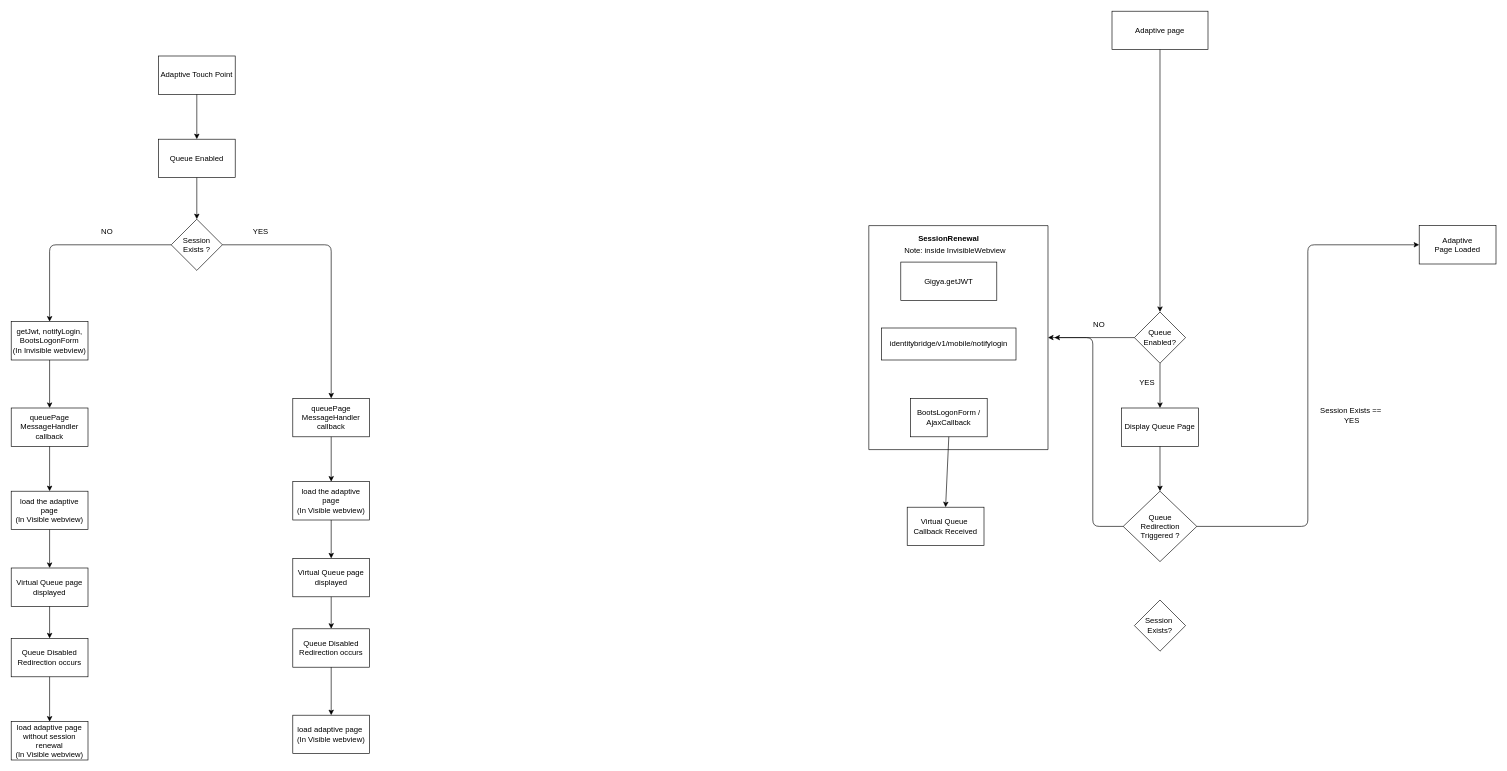
Before: Boots_VirtualQueueFlow_OH.drawio in saru2020/saru, a draw.io diagram. Source tidied: cells renumbered, new cells numbered last; positions are measured from the earlier drawing's top-left corner, leaving out a move shared by most shapes. Both pictures are drawn from the tidied source at 64%, with x=0, y=0 at pixel (11, 11).
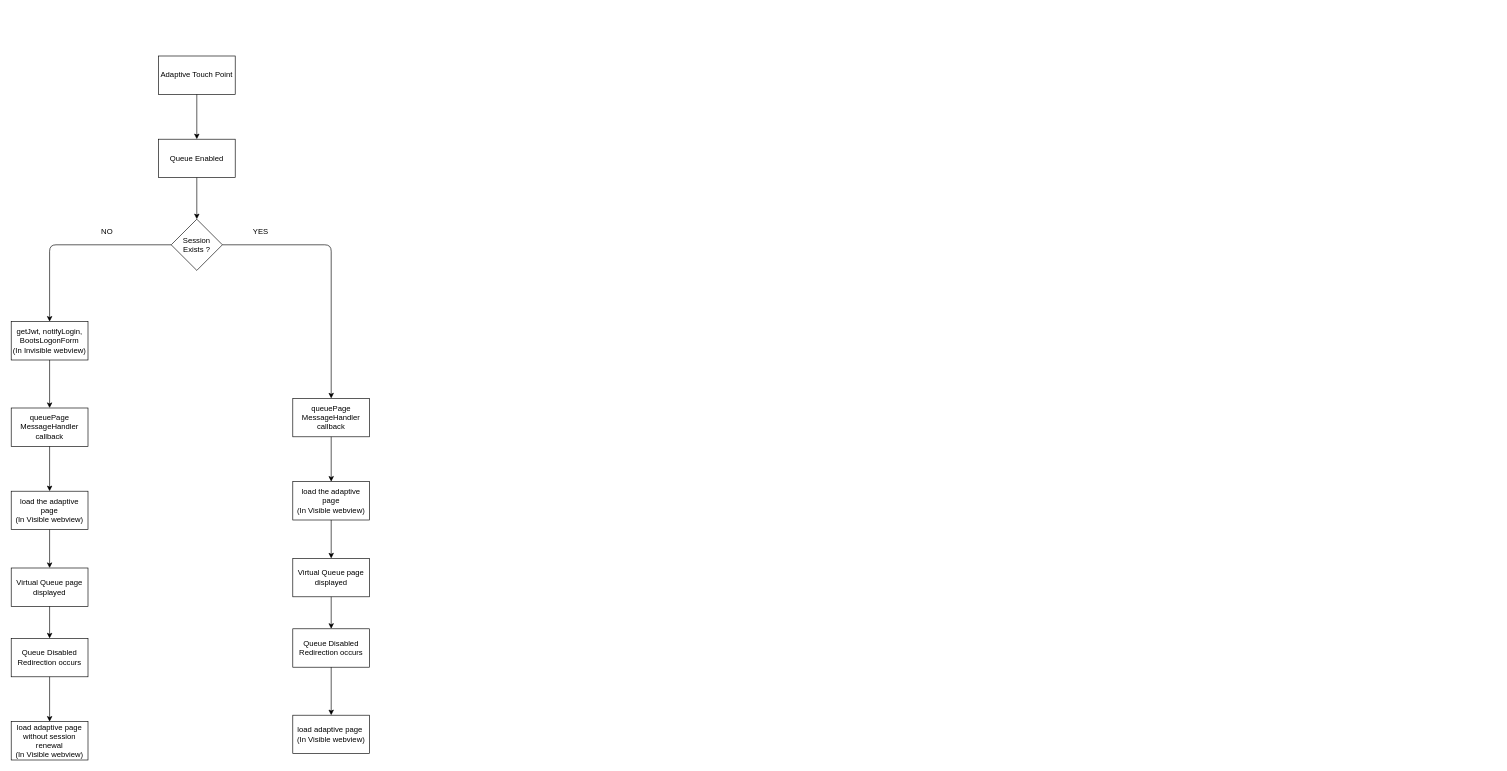
After the change.

The edit, as a diff of the source:
```diff
@@
-    <mxCell id="2" value="Adaptive page" style="rounded=0;whiteSpace=wrap;html=1;" parent="1" vertex="1">
-      <mxGeometry x="1720" width="150" height="60" as="geometry" />
-    </mxCell>
-    <mxCell id="3" value="Gigya.getJWT" style="rounded=0;whiteSpace=wrap;html=1;" parent="1" vertex="1">
-      <mxGeometry x="1390" y="392" width="150" height="60" as="geometry" />
-    </mxCell>
-    <mxCell id="4" value="identitybridge/v1/mobile/notifylogin" style="rounded=0;whiteSpace=wrap;html=1;" parent="1" vertex="1">
-      <mxGeometry x="1360" y="495" width="210" height="50" as="geometry" />
-    </mxCell>
-    <mxCell id="5" value="BootsLogonForm / AjaxCallback" style="rounded=0;whiteSpace=wrap;html=1;" parent="1" vertex="1">
-      <mxGeometry x="1405" y="605" width="120" height="60" as="geometry" />
-    </mxCell>
-    <mxCell id="6" value="Session&amp;nbsp;&lt;br&gt;Exists?" style="rhombus;whiteSpace=wrap;html=1;" parent="1" vertex="1">
-      <mxGeometry x="1755" y="920" width="80" height="80" as="geometry" />
-    </mxCell>
-    <mxCell id="7" value="Queue&lt;br&gt;Enabled?" style="rhombus;whiteSpace=wrap;html=1;" parent="1" vertex="1">
-      <mxGeometry x="1755" y="470" width="80" height="80" as="geometry" />
-    </mxCell>
-    <mxCell id="8" value="Adaptive&lt;br&gt;Page Loaded" style="rounded=0;whiteSpace=wrap;html=1;" parent="1" vertex="1">
-      <mxGeometry x="2200" y="335" width="120" height="60" as="geometry" />
-    </mxCell>
-    <mxCell id="9" style="swimlane;startSize=0;" parent="1" vertex="1">
-      <mxGeometry x="1340" y="335" width="280" height="350" as="geometry" />
-    </mxCell>
-    <mxCell id="10" value="SessionRenewal" style="text;html=1;strokeColor=none;fillColor=none;align=center;verticalAlign=middle;whiteSpace=wrap;rounded=0;fontStyle=1;" parent="9" vertex="1">
-      <mxGeometry x="105" y="10" width="40" height="20" as="geometry" />
-    </mxCell>
-    <mxCell id="11" value="Note: inside InvisibleWebview" style="text;html=1;strokeColor=none;fillColor=none;align=center;verticalAlign=middle;whiteSpace=wrap;rounded=0;" parent="9" vertex="1">
-      <mxGeometry x="-10" y="30" width="290" height="20" as="geometry" />
-    </mxCell>
-    <mxCell id="12" style="endArrow=classic;html=1;exitX=0.5;exitY=1;exitDx=0;exitDy=0;entryX=0.5;entryY=0;entryDx=0;entryDy=0;" parent="1" edge="1" source="2" target="7">
-      <mxGeometry relative="1" as="geometry" />
-    </mxCell>
-    <mxCell id="13" value="NO" style="text;html=1;strokeColor=none;fillColor=none;align=center;verticalAlign=middle;whiteSpace=wrap;rounded=0;" parent="1" vertex="1">
-      <mxGeometry x="1680" y="480" width="40" height="20" as="geometry" />
-    </mxCell>
-    <mxCell id="14" style="endArrow=classic;html=1;exitX=0;exitY=0.5;exitDx=0;exitDy=0;entryX=1;entryY=0.5;entryDx=0;entryDy=0;" parent="1" edge="1" source="7" target="9">
-      <mxGeometry relative="1" as="geometry" />
-    </mxCell>
-    <mxCell id="15" value="Queue&lt;br&gt;Redirection&lt;br&gt;Triggered ?" style="rhombus;whiteSpace=wrap;html=1;" parent="1" vertex="1">
-      <mxGeometry x="1737.5" y="750" width="115" height="110" as="geometry" />
-    </mxCell>
-    <mxCell id="16" value="Display Queue Page" style="rounded=0;whiteSpace=wrap;html=1;" parent="1" vertex="1">
-      <mxGeometry x="1735" y="620" width="120" height="60" as="geometry" />
-    </mxCell>
-    <mxCell id="17" style="endArrow=classic;html=1;entryX=0.5;entryY=0;entryDx=0;entryDy=0;exitX=0.5;exitY=1;exitDx=0;exitDy=0;" parent="1" edge="1" source="7" target="16">
-      <mxGeometry relative="1" as="geometry" />
-    </mxCell>
-    <mxCell id="18" value="YES" style="text;html=1;strokeColor=none;fillColor=none;align=center;verticalAlign=middle;whiteSpace=wrap;rounded=0;" parent="1" vertex="1">
-      <mxGeometry x="1755" y="570" width="40" height="20" as="geometry" />
-    </mxCell>
-    <mxCell id="19" style="endArrow=classic;html=1;exitX=0.5;exitY=1;exitDx=0;exitDy=0;entryX=0.5;entryY=0;entryDx=0;entryDy=0;" parent="1" edge="1" source="16" target="15">
-      <mxGeometry relative="1" as="geometry" />
-    </mxCell>
-    <mxCell id="20" style="edgeStyle=elbowEdgeStyle;elbow=horizontal;endArrow=classic;html=1;exitX=0;exitY=0.5;exitDx=0;exitDy=0;" parent="1" edge="1" source="15">
-      <mxGeometry relative="1" as="geometry">
-        <mxPoint x="1630" y="510" as="targetPoint" />
-        <Array as="points">
-          <mxPoint x="1690" y="510" />
-          <mxPoint x="1670" y="680" />
-        </Array>
-      </mxGeometry>
-    </mxCell>
-    <mxCell id="21" style="edgeStyle=elbowEdgeStyle;elbow=horizontal;endArrow=classic;html=1;exitX=1;exitY=0.5;exitDx=0;exitDy=0;entryX=0;entryY=0.5;entryDx=0;entryDy=0;" parent="1" edge="1" source="15" target="8">
-      <mxGeometry relative="1" as="geometry" />
-    </mxCell>
-    <mxCell id="22" value="&lt;br&gt;Session Exists ==&amp;nbsp;&lt;br&gt;YES" style="text;html=1;strokeColor=none;fillColor=none;align=center;verticalAlign=middle;whiteSpace=wrap;rounded=0;" parent="1" vertex="1">
-      <mxGeometry x="2030" y="570" width="130" height="110" as="geometry" />
-    </mxCell>
-    <mxCell id="23" value="Virtual Queue&amp;nbsp;&lt;br&gt;Callback Received" style="rounded=0;whiteSpace=wrap;html=1;" parent="1" vertex="1">
-      <mxGeometry x="1400" y="775" width="120" height="60" as="geometry" />
-    </mxCell>
-    <mxCell id="24" style="endArrow=classic;html=1;exitX=0.5;exitY=1;exitDx=0;exitDy=0;entryX=0.5;entryY=0;entryDx=0;entryDy=0;" parent="1" edge="1" source="5" target="23">
-      <mxGeometry relative="1" as="geometry" />
-    </mxCell>
```
